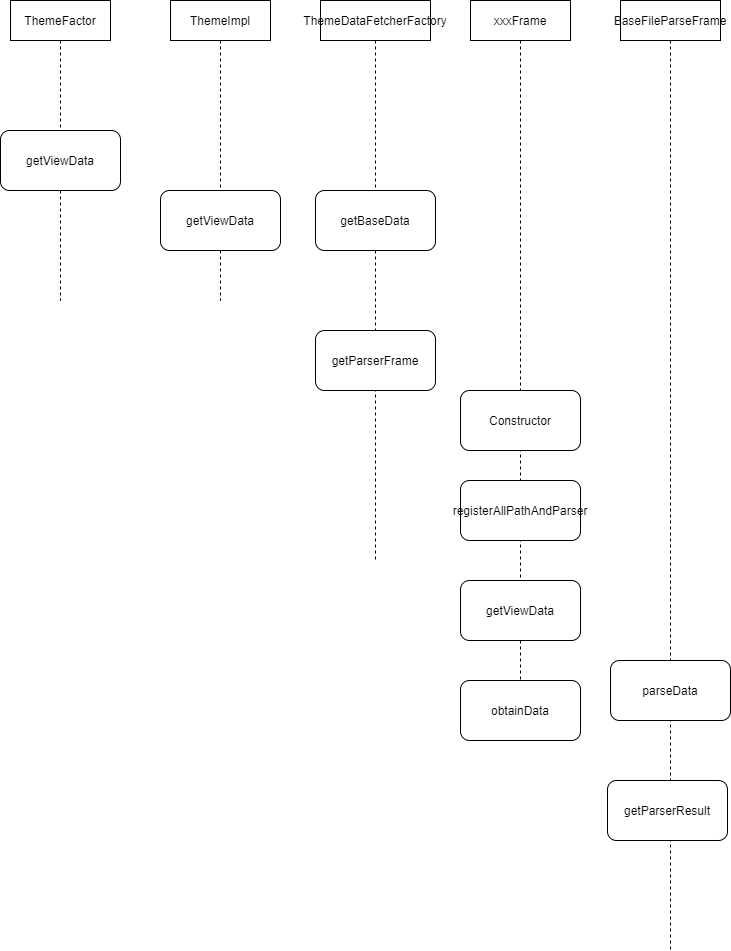
Above: input/New_Architectur_Problem.png in chonglv/charts (draw.io), before the change. Source tidied: cells renumbered, new cells last; positions are measured from the earlier drawing's top-left corner, leaving out a move shared by most shapes. Source of this version:
```xml
<mxGraphModel>
  <root>
    <mxCell id="0" />
    <mxCell id="1" parent="0" />
    <mxCell id="2" value="ThemeFactor" style="shape=umlLifeline;perimeter=lifelinePerimeter;whiteSpace=wrap;html=1;" parent="1" vertex="1">
      <mxGeometry x="10" width="100" height="300" as="geometry" />
    </mxCell>
    <mxCell id="3" value="getViewData" style="rounded=1;whiteSpace=wrap;html=1;" parent="1" vertex="1">
      <mxGeometry y="130" width="120" height="60" as="geometry" />
    </mxCell>
    <mxCell id="4" value="ThemeImpl" style="shape=umlLifeline;perimeter=lifelinePerimeter;whiteSpace=wrap;html=1;" parent="1" vertex="1">
      <mxGeometry x="170" width="100" height="300" as="geometry" />
    </mxCell>
    <mxCell id="5" value="ThemeDataFetcherFactory" style="shape=umlLifeline;perimeter=lifelinePerimeter;whiteSpace=wrap;html=1;" parent="1" vertex="1">
      <mxGeometry x="320" width="110" height="560" as="geometry" />
    </mxCell>
    <mxCell id="6" value="getBaseData" style="rounded=1;whiteSpace=wrap;html=1;" parent="5" vertex="1">
      <mxGeometry x="-5" y="190" width="120" height="60" as="geometry" />
    </mxCell>
    <mxCell id="7" value="getViewData" style="rounded=1;whiteSpace=wrap;html=1;" parent="1" vertex="1">
      <mxGeometry x="160" y="190" width="120" height="60" as="geometry" />
    </mxCell>
    <mxCell id="8" value="getParserFrame" style="rounded=1;whiteSpace=wrap;html=1;" parent="1" vertex="1">
      <mxGeometry x="315" y="330" width="120" height="60" as="geometry" />
    </mxCell>
    <mxCell id="9" value="xxxFrame" style="shape=umlLifeline;perimeter=lifelinePerimeter;whiteSpace=wrap;html=1;" parent="1" vertex="1">
      <mxGeometry x="470" width="100" height="740" as="geometry" />
    </mxCell>
    <mxCell id="10" value="Constructor" style="rounded=1;whiteSpace=wrap;html=1;" parent="1" vertex="1">
      <mxGeometry x="460" y="390" width="120" height="60" as="geometry" />
    </mxCell>
    <mxCell id="11" value="getViewData" style="rounded=1;whiteSpace=wrap;html=1;" parent="1" vertex="1">
      <mxGeometry x="460" y="580" width="120" height="60" as="geometry" />
    </mxCell>
    <mxCell id="12" value="obtainData" style="rounded=1;whiteSpace=wrap;html=1;" parent="1" vertex="1">
      <mxGeometry x="460" y="680" width="120" height="60" as="geometry" />
    </mxCell>
    <mxCell id="13" value="BaseFileParseFrame" style="shape=umlLifeline;perimeter=lifelinePerimeter;whiteSpace=wrap;html=1;" parent="1" vertex="1">
      <mxGeometry x="620" width="100" height="950" as="geometry" />
    </mxCell>
    <mxCell id="14" value="parseData" style="rounded=1;whiteSpace=wrap;html=1;" parent="1" vertex="1">
      <mxGeometry x="610" y="660" width="120" height="60" as="geometry" />
    </mxCell>
    <mxCell id="15" value="getParserResult" style="rounded=1;whiteSpace=wrap;html=1;" parent="1" vertex="1">
      <mxGeometry x="607" y="780" width="120" height="60" as="geometry" />
    </mxCell>
    <mxCell id="16" value="registerAllPathAndParser" style="rounded=1;whiteSpace=wrap;html=1;" parent="1" vertex="1">
      <mxGeometry x="460" y="480" width="120" height="60" as="geometry" />
    </mxCell>
  </root>
</mxGraphModel>
```
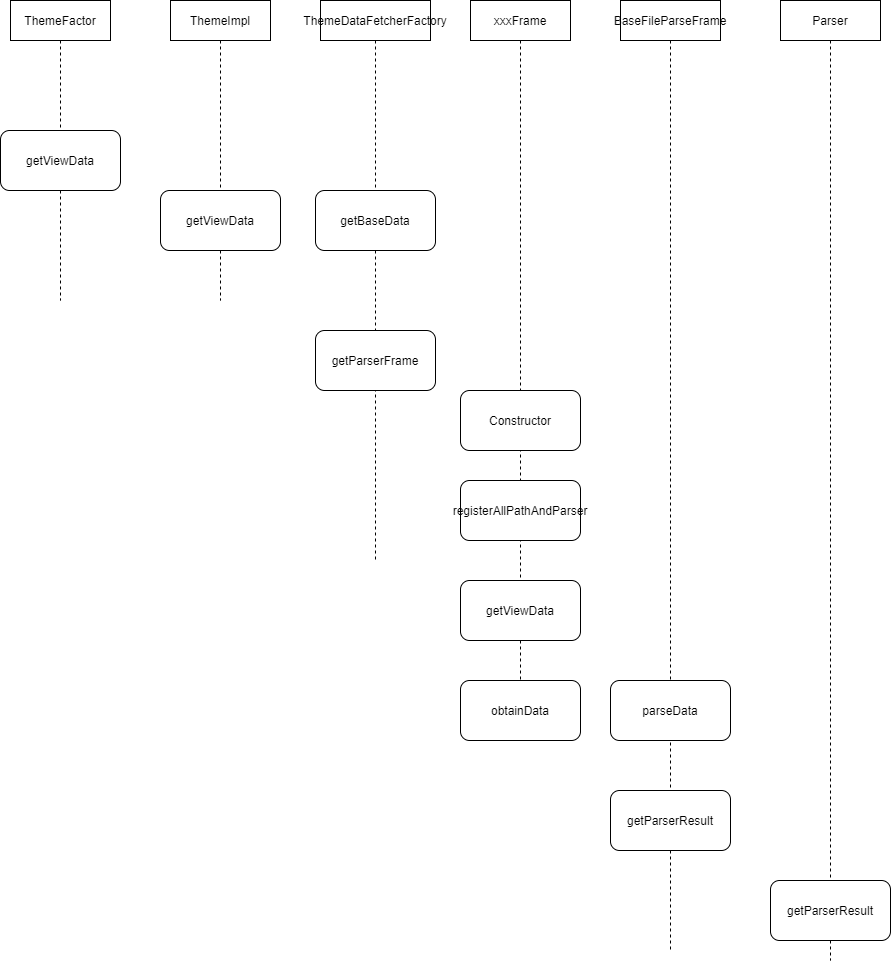
Later version of the same file.

Diff of the diagram source:
```diff
@@ -39,13 +39,19 @@
       <mxGeometry x="620" width="100" height="950" as="geometry" />
     </mxCell>
     <mxCell id="14" value="parseData" style="rounded=1;whiteSpace=wrap;html=1;" parent="1" vertex="1">
-      <mxGeometry x="610" y="660" width="120" height="60" as="geometry" />
+      <mxGeometry x="610" y="680" width="120" height="60" as="geometry" />
     </mxCell>
     <mxCell id="15" value="getParserResult" style="rounded=1;whiteSpace=wrap;html=1;" parent="1" vertex="1">
-      <mxGeometry x="607" y="780" width="120" height="60" as="geometry" />
+      <mxGeometry x="610" y="790" width="120" height="60" as="geometry" />
     </mxCell>
     <mxCell id="16" value="registerAllPathAndParser" style="rounded=1;whiteSpace=wrap;html=1;" parent="1" vertex="1">
       <mxGeometry x="460" y="480" width="120" height="60" as="geometry" />
     </mxCell>
+    <mxCell id="17" value="Parser" style="shape=umlLifeline;perimeter=lifelinePerimeter;whiteSpace=wrap;html=1;" parent="1" vertex="1">
+      <mxGeometry x="780" width="100" height="960" as="geometry" />
+    </mxCell>
+    <mxCell id="18" value="getParserResult" style="rounded=1;whiteSpace=wrap;html=1;" parent="1" vertex="1">
+      <mxGeometry x="770" y="880" width="120" height="60" as="geometry" />
+    </mxCell>
   </root>
 </mxGraphModel>
```
